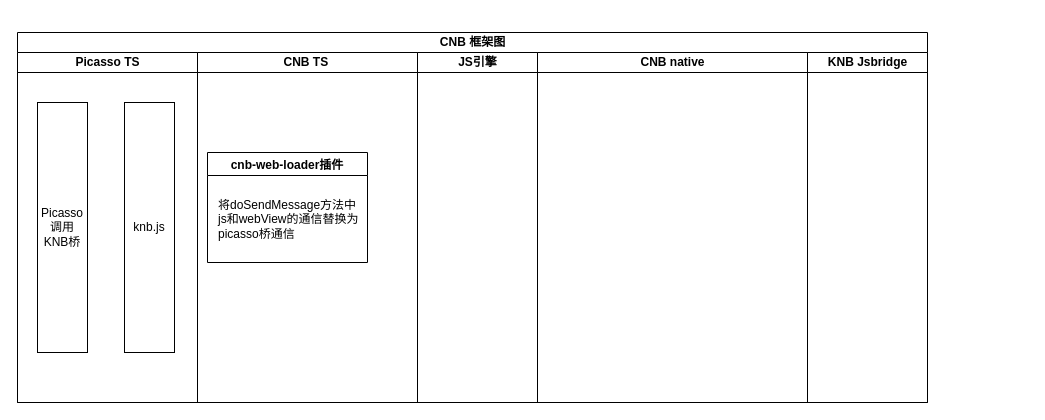
Earlier version of the draw.io diagram page "第 2 页" (2 of 2) of Untitled Diagram.drawio (hpk1994/chart). Source tidied: cells renumbered, new cells numbered last; positions are measured from the earlier drawing's top-left corner, leaving out a move shared by most shapes. Both pictures are drawn from the tidied source at 100%, with x=0, y=0 at pixel (17, 32).
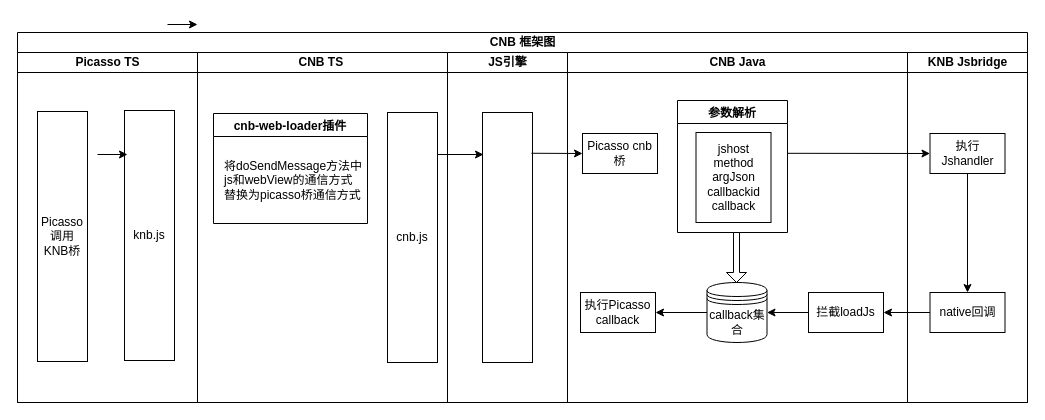
After the change.

Unchanged cells that the change refers to:
```xml
<mxCell id="3" value="Picasso TS" style="swimlane;html=1;startSize=20;" parent="2" vertex="1">
  <mxGeometry y="20" width="180" height="350" as="geometry" />
</mxCell>
```

What changed in the source:
```diff
@@
     <mxCell id="2" value="CNB 框架图" style="swimlane;html=1;startSize=20;" parent="1" vertex="1">
-      <mxGeometry width="910" height="370" as="geometry" />
+      <mxGeometry width="1010" height="370" as="geometry" />
     </mxCell>
@@
     <mxCell id="4" value="Picasso&lt;br&gt;调用KNB桥&lt;br&gt;" style="rounded=0;whiteSpace=wrap;html=1;" parent="3" vertex="1">
-      <mxGeometry x="20" y="50" width="50" height="250" as="geometry" />
+      <mxGeometry x="20" y="59" width="50" height="250" as="geometry" />
     </mxCell>
     <mxCell id="5" value="knb.js" style="rounded=0;whiteSpace=wrap;html=1;" parent="3" vertex="1">
-      <mxGeometry x="107" y="50" width="50" height="250" as="geometry" />
+      <mxGeometry x="107" y="58" width="50" height="250" as="geometry" />
     </mxCell>
     <mxCell id="6" value="CNB TS&amp;nbsp;" style="swimlane;html=1;startSize=20;" parent="2" vertex="1">
-      <mxGeometry x="180" y="20" width="220" height="350" as="geometry" />
+      <mxGeometry x="180" y="20" width="250" height="350" as="geometry" />
     </mxCell>
     <mxCell id="7" value="cnb-web-loader插件" style="swimlane;" parent="6" vertex="1">
-      <mxGeometry x="10" y="100" width="160" height="110" as="geometry" />
+      <mxGeometry x="16" y="61" width="154" height="110" as="geometry" />
     </mxCell>
-    <mxCell id="8" value="将doSendMessage方法中&lt;br&gt;js和webView的通信替换为&lt;br&gt;picasso桥通信&amp;nbsp;&lt;br&gt;" style="text;html=1;align=left;verticalAlign=top;spacingTop=-4;" parent="7" vertex="1">
+    <mxCell id="8" value="将doSendMessage方法中&lt;br&gt;js和webView的通信方式&lt;br&gt;替换为picasso桥通信方式&amp;nbsp;&lt;br&gt;" style="text;html=1;align=left;verticalAlign=top;spacingTop=-4;" parent="7" vertex="1">
       <mxGeometry x="8.5" y="43" width="160" height="40" as="geometry" />
     </mxCell>
+    <mxCell id="12" value="cnb.js" style="rounded=0;whiteSpace=wrap;html=1;" parent="6" vertex="1">
+      <mxGeometry x="190" y="60" width="50" height="250" as="geometry" />
+    </mxCell>
     <mxCell id="9" value="JS引擎" style="swimlane;html=1;startSize=20;" parent="2" vertex="1">
-      <mxGeometry x="400" y="20" width="120" height="350" as="geometry" />
+      <mxGeometry x="430" y="20" width="120" height="350" as="geometry" />
     </mxCell>
+    <mxCell id="13" style="rounded=0;whiteSpace=wrap;html=1;" parent="9" vertex="1">
+      <mxGeometry x="35" y="60" width="50" height="250" as="geometry" />
+    </mxCell>
-    <mxCell id="10" value="CNB native" style="swimlane;html=1;startSize=20;" parent="2" vertex="1">
-      <mxGeometry x="520" y="20" width="270" height="350" as="geometry" />
+    <mxCell id="10" value="CNB Java" style="swimlane;html=1;startSize=20;" parent="2" vertex="1">
+      <mxGeometry x="550" y="20" width="340" height="350" as="geometry" />
     </mxCell>
+    <mxCell id="14" value="Picasso cnb桥" style="rounded=0;whiteSpace=wrap;html=1;" parent="10" vertex="1">
+      <mxGeometry x="15" y="81" width="75" height="40" as="geometry" />
+    </mxCell>
+    <mxCell id="15" value="参数解析" style="swimlane;" parent="10" vertex="1">
+      <mxGeometry x="110" y="48" width="110" height="132" as="geometry" />
+    </mxCell>
+    <mxCell id="16" value="jshost&lt;br&gt;method&lt;br&gt;argJson&lt;br&gt;callbackid&lt;br&gt;callback&lt;br&gt;" style="rounded=0;whiteSpace=wrap;html=1;" parent="15" vertex="1">
+      <mxGeometry x="18.5" y="32" width="75" height="90" as="geometry" />
+    </mxCell>
+    <mxCell id="17" style="edgeStyle=orthogonalEdgeStyle;rounded=0;jettySize=auto;html=1;entryX=1;entryY=0.5;entryDx=0;entryDy=0;" parent="10" edge="1" source="18" target="20">
+      <mxGeometry relative="1" as="geometry" />
+    </mxCell>
+    <mxCell id="18" value="拦截loadJs" style="rounded=0;whiteSpace=wrap;html=1;" parent="10" vertex="1">
+      <mxGeometry x="241" y="240" width="75" height="40" as="geometry" />
+    </mxCell>
+    <mxCell id="19" style="edgeStyle=orthogonalEdgeStyle;rounded=0;jettySize=auto;html=1;" parent="10" edge="1" source="20" target="21">
+      <mxGeometry relative="1" as="geometry" />
+    </mxCell>
+    <mxCell id="20" value="callback集合" style="shape=datastore;whiteSpace=wrap;html=1;" parent="10" vertex="1">
+      <mxGeometry x="139.5" y="230" width="60" height="60" as="geometry" />
+    </mxCell>
+    <mxCell id="21" value="执行Picasso callback" style="rounded=0;whiteSpace=wrap;html=1;" parent="10" vertex="1">
+      <mxGeometry x="13" y="240" width="75" height="40" as="geometry" />
+    </mxCell>
+    <mxCell id="22" style="shape=singleArrow;direction=south;whiteSpace=wrap;html=1;" parent="10" vertex="1">
+      <mxGeometry x="159" y="180" width="20" height="50" as="geometry" />
+    </mxCell>
+    <mxCell id="23" style="endArrow=classic;html=1;exitX=0.98;exitY=0.163;exitDx=0;exitDy=0;exitPerimeter=0;entryX=0;entryY=0.5;entryDx=0;entryDy=0;" parent="10" edge="1" target="25">
+      <mxGeometry relative="1" as="geometry">
+        <mxPoint x="220" y="100.8" as="sourcePoint" />
+      </mxGeometry>
+    </mxCell>
     <mxCell id="11" value="KNB Jsbridge" style="swimlane;html=1;startSize=20;" parent="2" vertex="1">
-      <mxGeometry x="790" y="20" width="120" height="350" as="geometry" />
+      <mxGeometry x="890" y="20" width="120" height="350" as="geometry" />
     </mxCell>
+    <mxCell id="24" style="edgeStyle=orthogonalEdgeStyle;rounded=0;jettySize=auto;html=1;exitX=0.5;exitY=1;exitDx=0;exitDy=0;entryX=0.5;entryY=0;entryDx=0;entryDy=0;" parent="11" edge="1" source="25" target="26">
+      <mxGeometry relative="1" as="geometry" />
+    </mxCell>
+    <mxCell id="25" value="执行Jshandler" style="rounded=0;whiteSpace=wrap;html=1;" parent="11" vertex="1">
+      <mxGeometry x="22.5" y="81" width="75" height="40" as="geometry" />
+    </mxCell>
+    <mxCell id="26" value="native回调" style="rounded=0;whiteSpace=wrap;html=1;" parent="11" vertex="1">
+      <mxGeometry x="22.5" y="240" width="75" height="40" as="geometry" />
+    </mxCell>
+    <mxCell id="27" style="edgeStyle=orthogonalEdgeStyle;rounded=0;jettySize=auto;html=1;" parent="2" edge="1" source="26" target="18">
+      <mxGeometry relative="1" as="geometry" />
+    </mxCell>
+    <mxCell id="28" style="endArrow=classic;html=1;entryX=0;entryY=0.5;entryDx=0;entryDy=0;exitX=0.98;exitY=0.163;exitDx=0;exitDy=0;exitPerimeter=0;" parent="2" edge="1" source="13" target="14">
+      <mxGeometry relative="1" as="geometry" />
+    </mxCell>
+    <mxCell id="29" style="endArrow=classic;html=1;" parent="1" edge="1">
+      <mxGeometry relative="1" as="geometry">
+        <mxPoint x="150" y="-8" as="sourcePoint" />
+        <mxPoint x="180" y="-8" as="targetPoint" />
+      </mxGeometry>
+    </mxCell>
+    <mxCell id="30" style="endArrow=classic;html=1;exitX=0.98;exitY=0.163;exitDx=0;exitDy=0;exitPerimeter=0;" parent="1" edge="1">
+      <mxGeometry relative="1" as="geometry">
+        <mxPoint x="420" y="122" as="sourcePoint" />
+        <mxPoint x="466" y="122" as="targetPoint" />
+      </mxGeometry>
+    </mxCell>
+    <mxCell id="31" style="endArrow=classic;html=1;" parent="1" edge="1">
+      <mxGeometry relative="1" as="geometry">
+        <mxPoint x="80" y="122" as="sourcePoint" />
+        <mxPoint x="110" y="122" as="targetPoint" />
+      </mxGeometry>
+    </mxCell>
```
